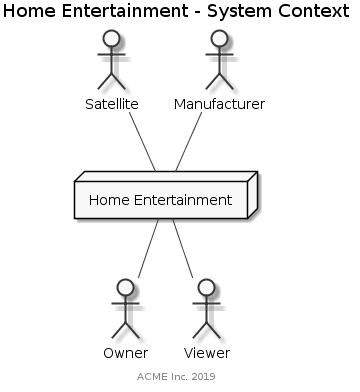
Above: system/0.9.0/_images/system-context-business.png in anoff/antora-arc42 (PlantUML), before the change.
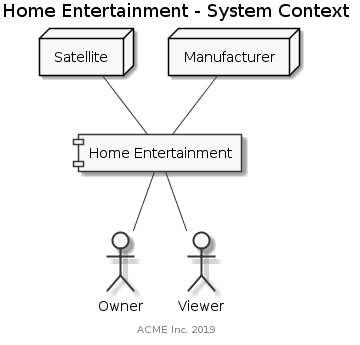
After the change.

Change to the diagram source:
```diff
@@ -3,12 +3,12 @@
 title Home Entertainment - System Context
 footer ACME Inc. 2019
 
-node "Home Entertainment" as system
+component "Home Entertainment" as system
 
 actor Owner
 actor Viewer
-actor Manufacturer
-actor Satellite
+node Manufacturer
+node Satellite
 
 system -down- Owner
 system -down- Viewer
```
